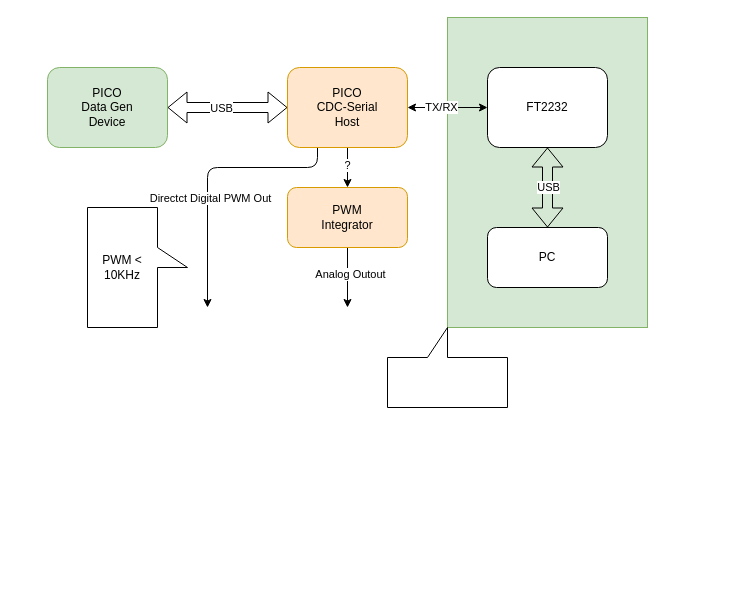
The draw.io diagram docs/diagrams/2026/PICO_CDC_HOST.dio in tzechienchu/mynotes, before the edit. Source tidied: cells renumbered, new cells numbered last; positions are measured from the earlier drawing's top-left corner, leaving out a move shared by most shapes. Both pictures are drawn from the tidied source at 100%, with x=0, y=0 at pixel (47, 17).
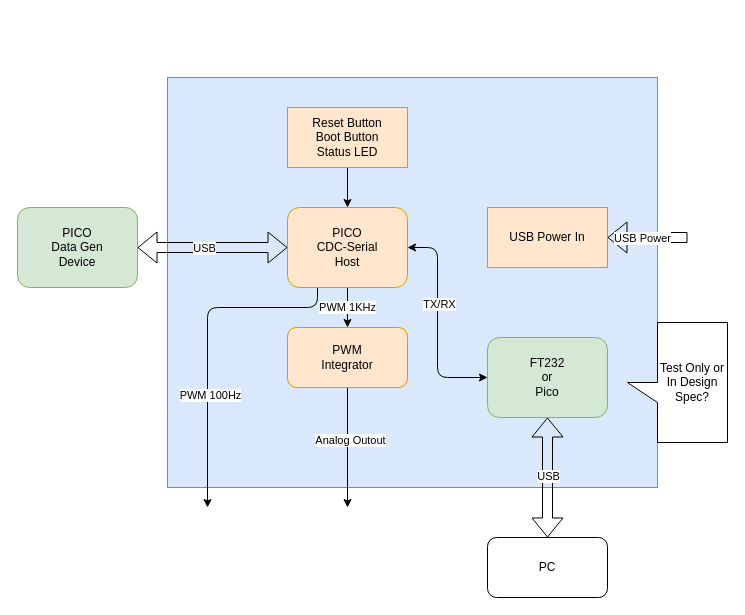
The same diagram, later.

What changed in the source:
```diff
@@
-    <mxCell id="2" style="rounded=0;whiteSpace=wrap;html=1;fillColor=#d5e8d4;strokeColor=#82b366;" parent="1" vertex="1">
-      <mxGeometry x="400" width="200" height="310" as="geometry" />
-    </mxCell>
+    <mxCell id="22" style="rounded=0;whiteSpace=wrap;html=1;fillColor=#dae8fc;strokeColor=#6c8ebf;" parent="1" vertex="1">
+      <mxGeometry x="120" y="60" width="490" height="410" as="geometry" />
+    </mxCell>
@@
     <mxCell id="5" value="PICO&lt;div&gt;Data Gen&lt;/div&gt;&lt;div&gt;Device&lt;/div&gt;" style="rounded=1;whiteSpace=wrap;html=1;fillColor=#d5e8d4;strokeColor=#82b366;" parent="1" vertex="1">
-      <mxGeometry y="50" width="120" height="80" as="geometry" />
+      <mxGeometry x="-30" y="190" width="120" height="80" as="geometry" />
     </mxCell>
     <mxCell id="6" style="edgeStyle=none;html=1;exitX=1;exitY=0.5;exitDx=0;exitDy=0;entryX=0;entryY=0.5;entryDx=0;entryDy=0;startArrow=classic;startFill=1;" parent="1" edge="1" source="12" target="15">
-      <mxGeometry relative="1" as="geometry" />
+      <mxGeometry relative="1" as="geometry">
+        <Array as="points">
+          <mxPoint x="390" y="230" />
+          <mxPoint x="390" y="360" />
+        </Array>
+      </mxGeometry>
     </mxCell>
@@
-    <mxCell id="8" style="edgeStyle=none;html=1;exitX=0.5;exitY=1;exitDx=0;exitDy=0;entryX=0.5;entryY=0;entryDx=0;entryDy=0;" parent="1" edge="1" source="12" target="19">
+    <mxCell id="8" value="PWM 1KHz" style="edgeStyle=none;html=1;exitX=0.5;exitY=1;exitDx=0;exitDy=0;entryX=0.5;entryY=0;entryDx=0;entryDy=0;" parent="1" edge="1" source="12" target="19">
       <mxGeometry relative="1" as="geometry" />
     </mxCell>
-    <mxCell id="9" value="?" style="edgeLabel;html=1;align=center;verticalAlign=middle;" parent="8" vertex="1">
-      <mxGeometry x="-0.15" y="-1" relative="1" as="geometry" />
-    </mxCell>
     <mxCell id="10" style="edgeStyle=none;html=1;exitX=0.25;exitY=1;exitDx=0;exitDy=0;" parent="1" edge="1" source="12">
       <mxGeometry relative="1" as="geometry">
-        <mxPoint x="160" y="290" as="targetPoint" />
+        <mxPoint x="160" y="490" as="targetPoint" />
         <Array as="points">
-          <mxPoint x="270" y="150" />
-          <mxPoint x="160" y="150" />
+          <mxPoint x="270" y="290" />
+          <mxPoint x="160" y="290" />
         </Array>
       </mxGeometry>
     </mxCell>
-    <mxCell id="11" value="Directct Digital PWM Out" style="edgeLabel;html=1;align=center;verticalAlign=middle;" parent="10" vertex="1">
+    <mxCell id="11" value="PWM 100Hz" style="edgeLabel;html=1;align=center;verticalAlign=middle;" parent="10" vertex="1">
       <mxGeometry x="0.89" y="2" relative="1" as="geometry">
         <mxPoint y="-95" as="offset" />
       </mxGeometry>
     </mxCell>
     <mxCell id="12" value="PICO&lt;div&gt;CDC-Serial&lt;/div&gt;&lt;div&gt;Host&lt;/div&gt;" style="rounded=1;whiteSpace=wrap;html=1;fillColor=#ffe6cc;strokeColor=#d79b00;" parent="1" vertex="1">
-      <mxGeometry x="240" y="50" width="120" height="80" as="geometry" />
+      <mxGeometry x="240" y="190" width="120" height="80" as="geometry" />
     </mxCell>
@@
-    <mxCell id="15" value="FT2232" style="rounded=1;whiteSpace=wrap;html=1;" parent="1" vertex="1">
-      <mxGeometry x="440" y="50" width="120" height="80" as="geometry" />
+    <mxCell id="15" value="FT232&lt;div&gt;or&lt;/div&gt;&lt;div&gt;Pico&lt;/div&gt;" style="rounded=1;whiteSpace=wrap;html=1;fillColor=#d5e8d4;strokeColor=#82b366;" parent="1" vertex="1">
+      <mxGeometry x="440" y="320" width="120" height="80" as="geometry" />
     </mxCell>
     <mxCell id="16" value="PC" style="rounded=1;whiteSpace=wrap;html=1;" parent="1" vertex="1">
-      <mxGeometry x="440" y="210" width="120" height="60" as="geometry" />
+      <mxGeometry x="440" y="520" width="120" height="60" as="geometry" />
     </mxCell>
     <mxCell id="17" style="edgeStyle=none;html=1;exitX=0.5;exitY=1;exitDx=0;exitDy=0;" parent="1" edge="1" source="19">
       <mxGeometry relative="1" as="geometry">
-        <mxPoint x="300" y="290" as="targetPoint" />
+        <mxPoint x="300" y="490" as="targetPoint" />
       </mxGeometry>
     </mxCell>
@@
     <mxCell id="19" value="PWM&lt;div&gt;Integrator&lt;/div&gt;" style="rounded=1;whiteSpace=wrap;html=1;fillColor=#ffe6cc;strokeColor=#d79b00;" parent="1" vertex="1">
-      <mxGeometry x="240" y="170" width="120" height="60" as="geometry" />
+      <mxGeometry x="240" y="310" width="120" height="60" as="geometry" />
     </mxCell>
-    <mxCell id="20" value="PWM &amp;lt; 10KHz" style="shape=callout;whiteSpace=wrap;html=1;perimeter=calloutPerimeter;direction=north;" parent="1" vertex="1">
-      <mxGeometry x="40" y="190" width="100" height="120" as="geometry" />
-    </mxCell>
-    <mxCell id="21" style="shape=callout;whiteSpace=wrap;html=1;perimeter=calloutPerimeter;direction=west;" parent="1" vertex="1">
-      <mxGeometry x="340" y="310" width="120" height="80" as="geometry" />
+    <mxCell id="21" value="Test Only or In Design Spec?" style="shape=callout;whiteSpace=wrap;html=1;perimeter=calloutPerimeter;direction=south;" parent="1" vertex="1">
+      <mxGeometry x="580" y="305" width="100" height="120" as="geometry" />
     </mxCell>
+    <mxCell id="23" style="edgeStyle=none;html=1;exitX=0.5;exitY=1;exitDx=0;exitDy=0;entryX=0.5;entryY=0;entryDx=0;entryDy=0;" parent="1" edge="1" source="24" target="12">
+      <mxGeometry relative="1" as="geometry" />
+    </mxCell>
+    <mxCell id="24" value="Reset Button&lt;div&gt;Boot Button&lt;/div&gt;&lt;div&gt;Status LED&lt;/div&gt;" style="rounded=0;whiteSpace=wrap;html=1;fillColor=#ffe6cc;strokeColor=#d79b00;" parent="1" vertex="1">
+      <mxGeometry x="240" y="90" width="120" height="60" as="geometry" />
+    </mxCell>
+    <mxCell id="25" style="edgeStyle=none;html=1;exitX=1;exitY=0.5;exitDx=0;exitDy=0;shape=flexArrow;startArrow=block;endArrow=none;endFill=0;" parent="1" edge="1" source="27">
+      <mxGeometry relative="1" as="geometry">
+        <mxPoint x="640" y="220" as="targetPoint" />
+      </mxGeometry>
+    </mxCell>
+    <mxCell id="26" value="USB Power" style="edgeLabel;html=1;align=center;verticalAlign=middle;" parent="25" vertex="1">
+      <mxGeometry x="-0.14" relative="1" as="geometry" />
+    </mxCell>
+    <mxCell id="27" value="USB Power In" style="rounded=0;whiteSpace=wrap;html=1;fillColor=#ffe6cc;strokeColor=#d79b00;" parent="1" vertex="1">
+      <mxGeometry x="440" y="190" width="120" height="60" as="geometry" />
+    </mxCell>
```
